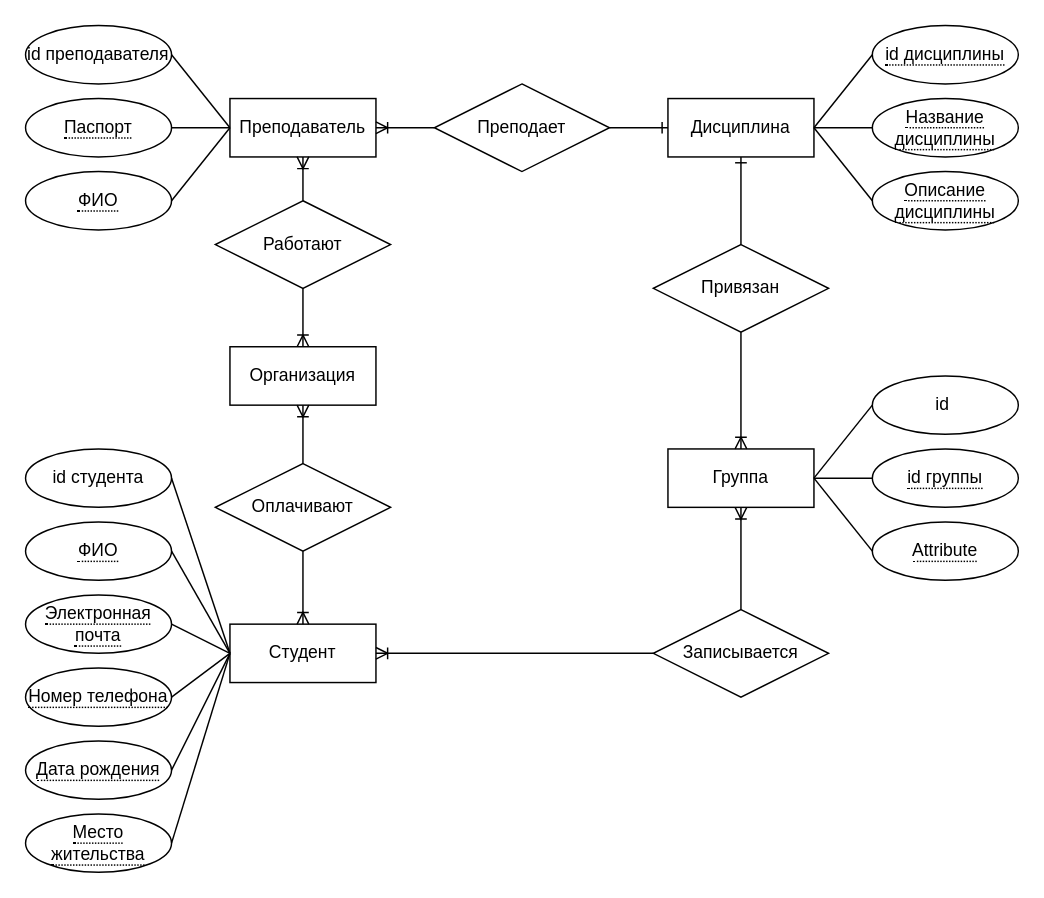
Earlier version of the draw.io diagram ER_Kudinov.drawio (AlexKu23/nspu-prpd). Source tidied: cells renumbered, new cells numbered last; positions are measured from the earlier drawing's top-left corner, leaving out a move shared by most shapes. Both pictures are drawn from the tidied source at 146%, with x=0, y=0 at pixel (25, 25).
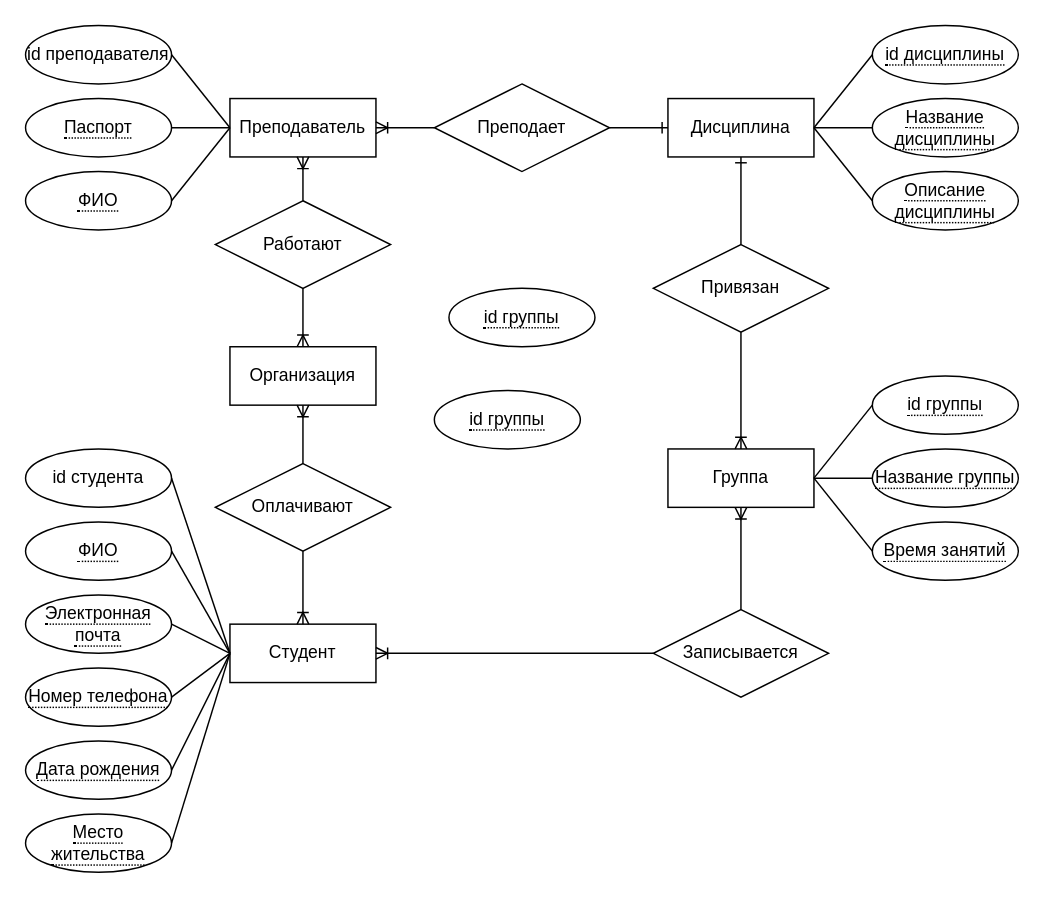
Above is the later version.

Unchanged cells that the change refers to:
```xml
<mxCell id="11" value="Группа" style="whiteSpace=wrap;html=1;align=center;" parent="1" vertex="1">
  <mxGeometry x="440" y="290" width="100" height="40" as="geometry" />
</mxCell>
```

What changed in the source:
```diff
@@
     <mxCell id="16" value="&lt;span style=&quot;border-bottom: 1px dotted&quot;&gt;id группы&lt;/span&gt;" style="ellipse;whiteSpace=wrap;html=1;align=center;" parent="1" vertex="1">
-      <mxGeometry x="580" y="290" width="100" height="40" as="geometry" />
+      <mxGeometry x="580" y="240" width="100" height="40" as="geometry" />
     </mxCell>
-    <mxCell id="17" value="id&amp;nbsp;" style="ellipse;whiteSpace=wrap;html=1;align=center;" parent="1" vertex="1">
-      <mxGeometry x="580" y="240" width="100" height="40" as="geometry" />
-    </mxCell>
-    <mxCell id="18" value="&lt;span style=&quot;border-bottom: 1px dotted&quot;&gt;Attribute&lt;/span&gt;" style="ellipse;whiteSpace=wrap;html=1;align=center;" parent="1" vertex="1">
-      <mxGeometry x="580" y="340" width="100" height="40" as="geometry" />
+    <mxCell id="18" value="&lt;span style=&quot;border-bottom: 1px dotted&quot;&gt;Название группы&lt;/span&gt;" style="ellipse;whiteSpace=wrap;html=1;align=center;" parent="1" vertex="1">
+      <mxGeometry x="580" y="290" width="100" height="40" as="geometry" />
     </mxCell>
@@
-    <mxCell id="35" style="endArrow=none;html=1;rounded=0;entryX=0;entryY=0.5;entryDx=0;entryDy=0;exitX=1;exitY=0.5;exitDx=0;exitDy=0;" parent="1" edge="1" source="11" target="17">
-      <mxGeometry relative="1" as="geometry" />
-    </mxCell>
@@
+    <mxCell id="52" value="&lt;span style=&quot;border-bottom: 1px dotted&quot;&gt;Время занятий&lt;/span&gt;" style="ellipse;whiteSpace=wrap;html=1;align=center;" parent="1" vertex="1">
+      <mxGeometry x="580" y="340" width="100" height="40" as="geometry" />
+    </mxCell>
+    <mxCell id="53" style="endArrow=none;html=1;rounded=0;fontSize=12;startSize=8;endSize=8;curved=1;entryX=1;entryY=0.5;entryDx=0;entryDy=0;exitX=0;exitY=0.5;exitDx=0;exitDy=0;" parent="1" edge="1" source="52" target="11">
+      <mxGeometry relative="1" as="geometry" />
+    </mxCell>
+    <mxCell id="54" value="&lt;span style=&quot;border-bottom: 1px dotted&quot;&gt;id группы&lt;/span&gt;" style="ellipse;whiteSpace=wrap;html=1;align=center;" parent="1" vertex="1">
+      <mxGeometry x="290" y="180" width="100" height="40" as="geometry" />
+    </mxCell>
+    <mxCell id="55" value="&lt;span style=&quot;border-bottom: 1px dotted&quot;&gt;id группы&lt;/span&gt;" style="ellipse;whiteSpace=wrap;html=1;align=center;" parent="1" vertex="1">
+      <mxGeometry x="280" y="250" width="100" height="40" as="geometry" />
+    </mxCell>
```
